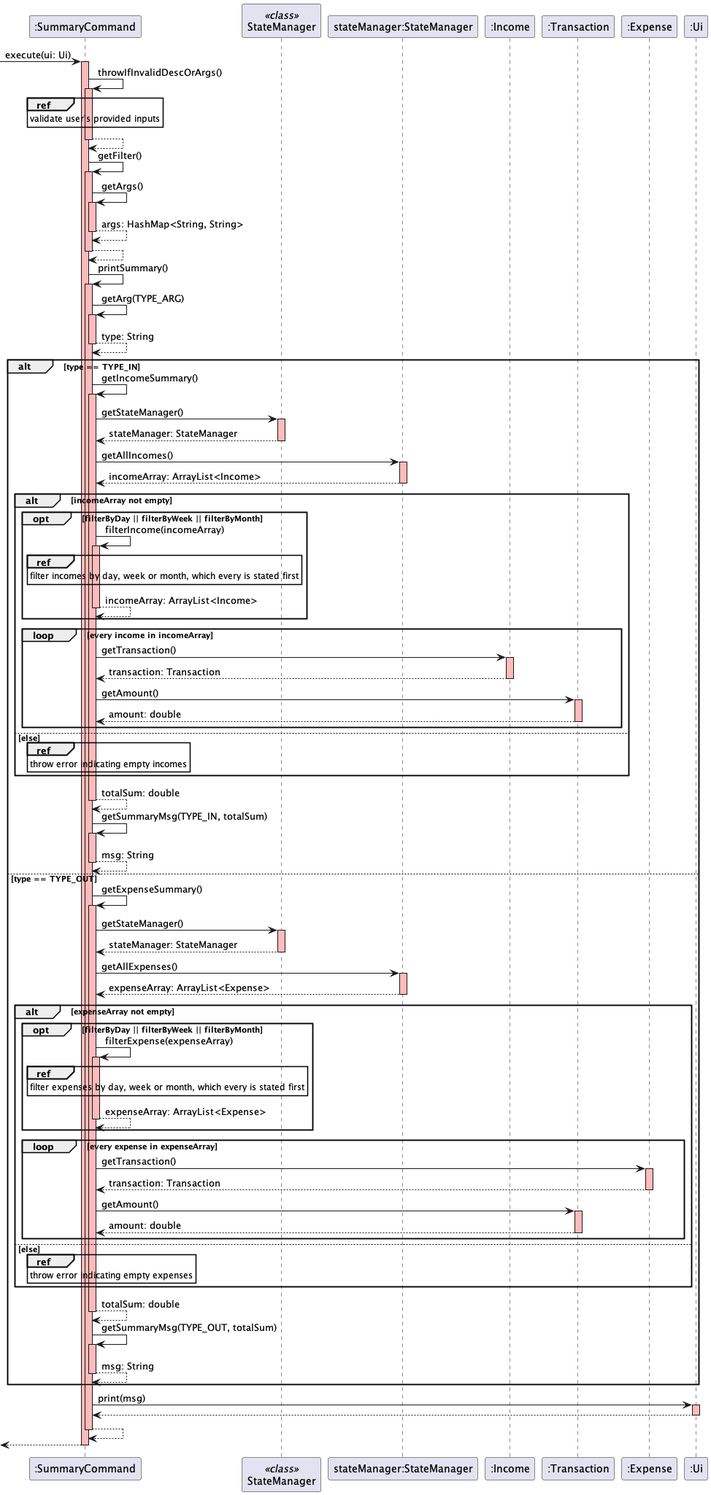
The PlantUML diagram docs/images/summary-feature-sequence.png in sRanay/tp, before a commit.
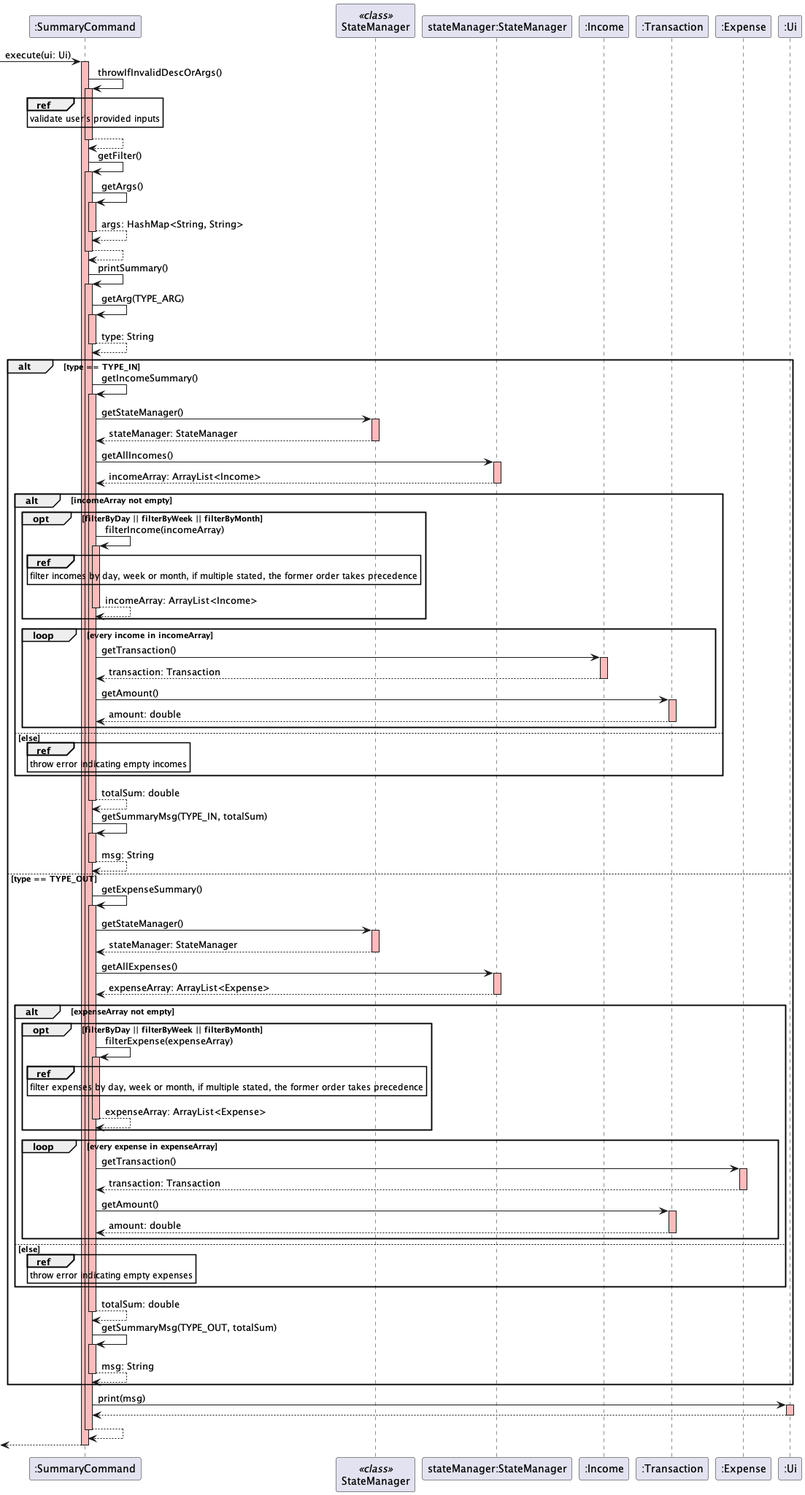
Later version of the same file.

Commit message:
Correct description in reference frames

Diff of the diagram source:
```diff
@@ -39,7 +39,7 @@
         opt filterByDay || filterByWeek || filterByMonth
             ":SummaryCommand" -> ":SummaryCommand": filterIncome(incomeArray)
             activate ":SummaryCommand" #FFBBBB
-            ref over ":SummaryCommand": filter incomes by day, week or month, which every is stated first
+            ref over ":SummaryCommand": filter incomes by day, week or month, if multiple stated, the former order takes precedence
             ":SummaryCommand" --> ":SummaryCommand": incomeArray: ArrayList<Income>
             deactivate
         end
@@ -78,7 +78,7 @@
         opt filterByDay || filterByWeek || filterByMonth
             ":SummaryCommand" -> ":SummaryCommand": filterExpense(expenseArray)
             activate ":SummaryCommand" #FFBBBB
-            ref over ":SummaryCommand": filter expenses by day, week or month, which every is stated first
+            ref over ":SummaryCommand": filter expenses by day, week or month, if multiple stated, the former order takes precedence
             ":SummaryCommand" --> ":SummaryCommand": expenseArray: ArrayList<Expense>
             deactivate
         end
```
